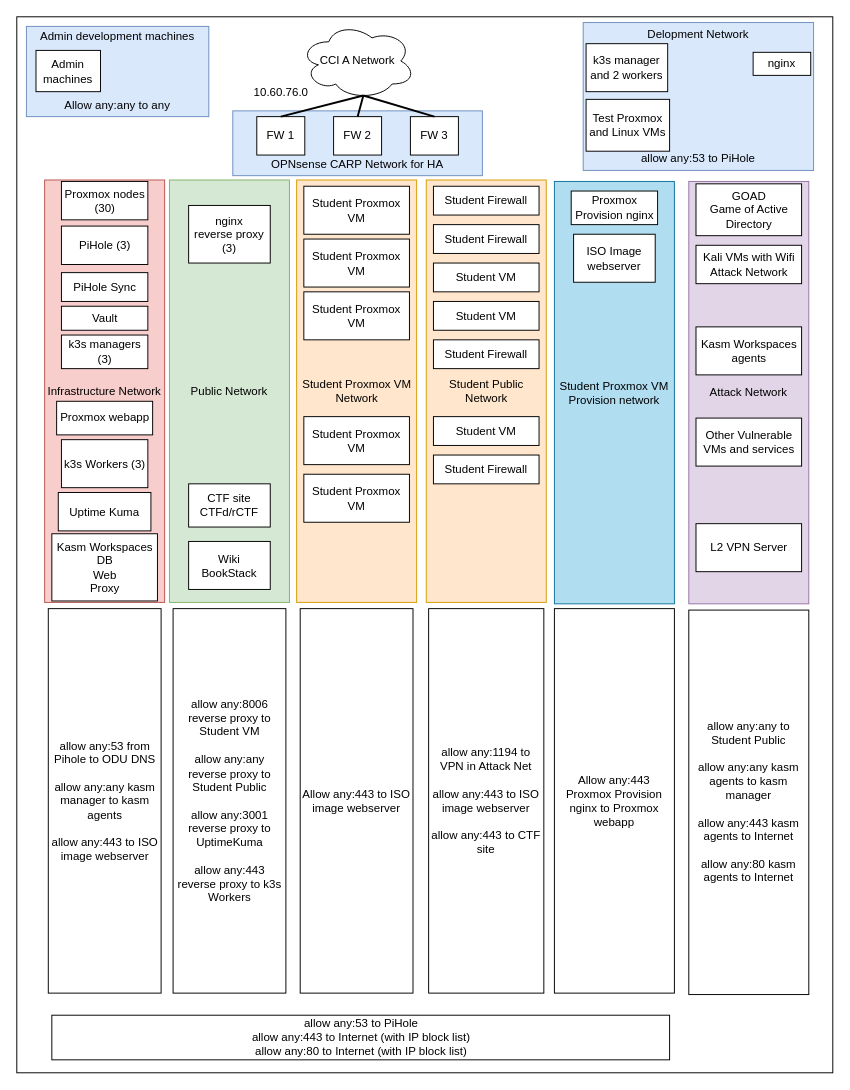
Earlier version of the draw.io diagram page "Logical Network Diagram" (2 of 4) of diagrams/diagram.drawio (Daniel-Tomov/Cloud). Source tidied: cells renumbered, new cells numbered last; positions are measured from the earlier drawing's top-left corner, leaving out a move shared by most shapes. Both pictures are drawn from the tidied source at 96%, with x=0, y=0 at pixel (16, 16).
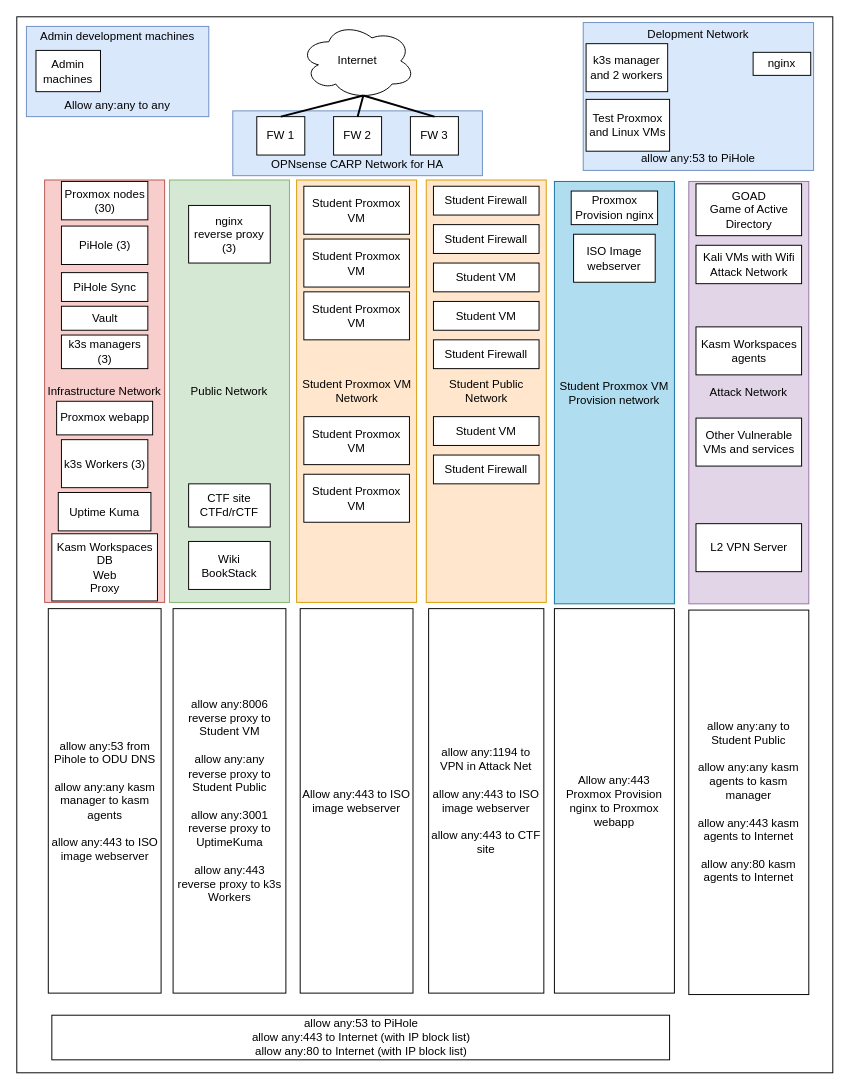
The same diagram, later.

The edit, as a diff of the source:
```diff
@@
-    <mxCell id="9" value="CCI A Network" style="ellipse;shape=cloud;whiteSpace=wrap;html=1;" parent="1" vertex="1">
+    <mxCell id="9" value="Internet" style="ellipse;shape=cloud;whiteSpace=wrap;html=1;" parent="1" vertex="1">
       <mxGeometry x="295" y="6" width="120" height="80" as="geometry" />
     </mxCell>
@@
-    <mxCell id="16" value="10.60.76.0" style="text;html=1;align=center;verticalAlign=middle;strokeColor=none;fillColor=none;" parent="1" vertex="1">
-      <mxGeometry x="235" y="64" width="80" height="30" as="geometry" />
-    </mxCell>
```
